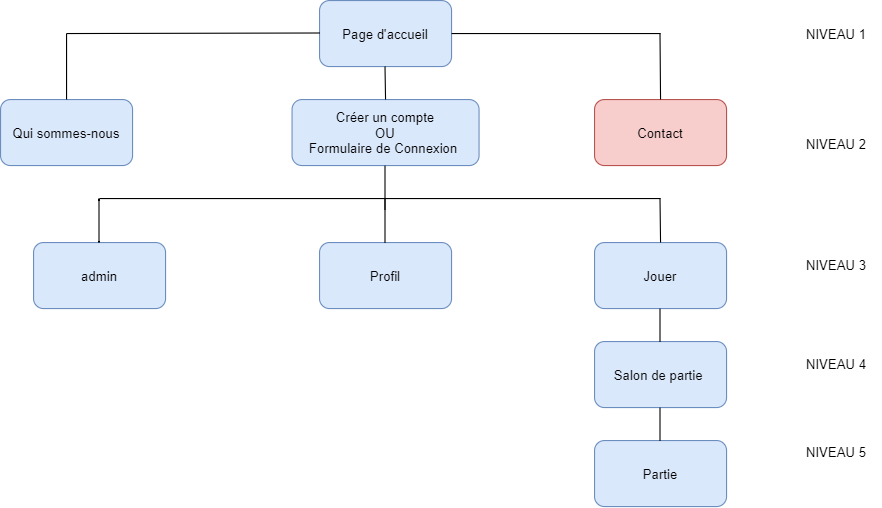
Before: Docs/CDC/arbo.png, a diagram exported from draw.io (Maykeul93/Projet-Apotheose-Size-Doesnt-Matter). Source tidied: cells renumbered, new cells last; positions are measured from the earlier drawing's top-left corner, leaving out a move shared by most shapes.
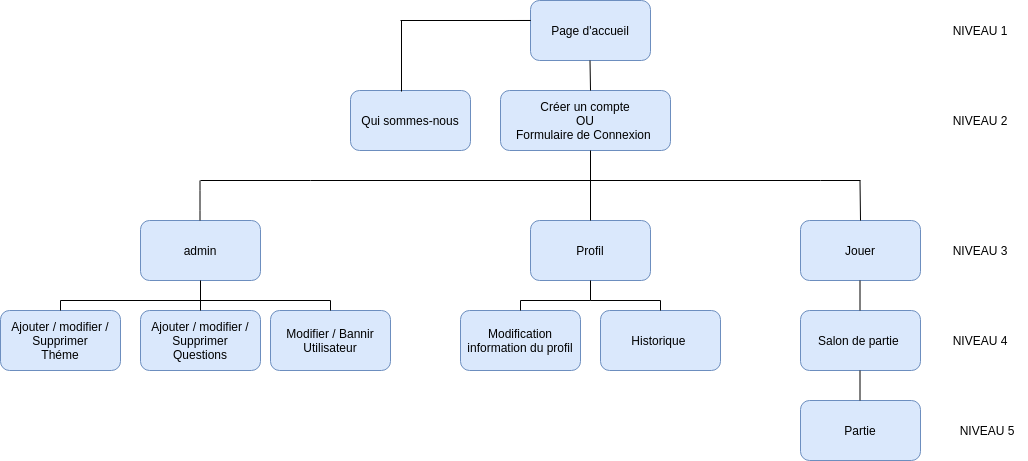
After the change.

What changed in the source:
```diff
@@ -3,82 +3,57 @@
     <mxCell id="0" />
     <mxCell id="1" parent="0" />
     <mxCell id="2" value="Page d'accueil" style="rounded=1;whiteSpace=wrap;html=1;fillColor=#dae8fc;strokeColor=#6c8ebf;" parent="1" vertex="1">
-      <mxGeometry x="290" width="120" height="60" as="geometry" />
+      <mxGeometry x="310" width="120" height="60" as="geometry" />
     </mxCell>
     <mxCell id="3" value="Qui sommes-nous" style="rounded=1;whiteSpace=wrap;html=1;fillColor=#dae8fc;strokeColor=#6c8ebf;" parent="1" vertex="1">
-      <mxGeometry y="90" width="120" height="60" as="geometry" />
+      <mxGeometry x="130" y="90" width="120" height="60" as="geometry" />
     </mxCell>
     <mxCell id="4" value="NIVEAU 1" style="text;html=1;strokeColor=none;fillColor=none;align=center;verticalAlign=middle;whiteSpace=wrap;rounded=0;" parent="1" vertex="1">
       <mxGeometry x="720" y="20" width="80" height="20" as="geometry" />
     </mxCell>
     <mxCell id="5" value="NIVEAU 2" style="text;html=1;strokeColor=none;fillColor=none;align=center;verticalAlign=middle;whiteSpace=wrap;rounded=0;" parent="1" vertex="1">
-      <mxGeometry x="720" y="120" width="80" height="20" as="geometry" />
+      <mxGeometry x="720" y="110" width="80" height="20" as="geometry" />
     </mxCell>
-    <mxCell id="6" style="endArrow=none;html=1;entryX=0.5;entryY=0;entryDx=0;entryDy=0;" parent="1" edge="1" target="3">
-      <mxGeometry relative="1" as="geometry">
-        <mxPoint x="60" y="30" as="sourcePoint" />
-      </mxGeometry>
-    </mxCell>
     <mxCell id="7" value="Créer un compte&lt;br&gt;OU&lt;br&gt;Formulaire de Connexion&amp;nbsp;" style="rounded=1;whiteSpace=wrap;html=1;fillColor=#dae8fc;strokeColor=#6c8ebf;" parent="1" vertex="1">
-      <mxGeometry x="265" y="90" width="170" height="60" as="geometry" />
+      <mxGeometry x="280" y="90" width="170" height="60" as="geometry" />
     </mxCell>
-    <mxCell id="8" style="endArrow=none;html=1;" parent="1" edge="1">
-      <mxGeometry relative="1" as="geometry">
-        <mxPoint x="290" y="29.5" as="sourcePoint" />
-        <mxPoint x="60" y="30" as="targetPoint" />
-      </mxGeometry>
-    </mxCell>
     <mxCell id="9" value="NIVEAU 3" style="text;html=1;strokeColor=none;fillColor=none;align=center;verticalAlign=middle;whiteSpace=wrap;rounded=0;" parent="1" vertex="1">
-      <mxGeometry x="720" y="230" width="80" height="20" as="geometry" />
+      <mxGeometry x="720" y="240" width="80" height="20" as="geometry" />
     </mxCell>
     <mxCell id="10" value="Jouer" style="rounded=1;whiteSpace=wrap;html=1;fillColor=#dae8fc;strokeColor=#6c8ebf;" parent="1" vertex="1">
-      <mxGeometry x="540" y="220" width="120" height="60" as="geometry" />
+      <mxGeometry x="580" y="220" width="120" height="60" as="geometry" />
     </mxCell>
     <mxCell id="11" value="Profil" style="rounded=1;whiteSpace=wrap;html=1;fillColor=#dae8fc;strokeColor=#6c8ebf;" parent="1" vertex="1">
-      <mxGeometry x="290" y="220" width="120" height="60" as="geometry" />
+      <mxGeometry x="310" y="220" width="120" height="60" as="geometry" />
     </mxCell>
     <mxCell id="12" value="Salon de partie&amp;nbsp;" style="rounded=1;whiteSpace=wrap;html=1;fillColor=#dae8fc;strokeColor=#6c8ebf;" parent="1" vertex="1">
-      <mxGeometry x="540" y="310" width="120" height="60" as="geometry" />
+      <mxGeometry x="580" y="310" width="120" height="60" as="geometry" />
     </mxCell>
     <mxCell id="13" style="endArrow=none;html=1;entryX=0.5;entryY=1;entryDx=0;entryDy=0;" parent="1" edge="1">
       <mxGeometry relative="1" as="geometry">
-        <mxPoint x="599.5" y="310" as="sourcePoint" />
-        <mxPoint x="599.5" y="280" as="targetPoint" />
+        <mxPoint x="639.5" y="310" as="sourcePoint" />
+        <mxPoint x="639.5" y="280" as="targetPoint" />
       </mxGeometry>
     </mxCell>
     <mxCell id="14" value="Partie" style="rounded=1;whiteSpace=wrap;html=1;fillColor=#dae8fc;strokeColor=#6c8ebf;" parent="1" vertex="1">
-      <mxGeometry x="540" y="400" width="120" height="60" as="geometry" />
+      <mxGeometry x="580" y="400" width="120" height="60" as="geometry" />
     </mxCell>
     <mxCell id="15" value="NIVEAU 4" style="text;html=1;strokeColor=none;fillColor=none;align=center;verticalAlign=middle;whiteSpace=wrap;rounded=0;" parent="1" vertex="1">
-      <mxGeometry x="720" y="320" width="80" height="20" as="geometry" />
+      <mxGeometry x="720" y="330" width="80" height="20" as="geometry" />
     </mxCell>
     <mxCell id="16" value="NIVEAU 5" style="text;html=1;strokeColor=none;fillColor=none;align=center;verticalAlign=middle;whiteSpace=wrap;rounded=0;" parent="1" vertex="1">
-      <mxGeometry x="720" y="400" width="80" height="20" as="geometry" />
+      <mxGeometry x="727" y="420" width="80" height="20" as="geometry" />
     </mxCell>
-    <mxCell id="17" value="Contact" style="rounded=1;whiteSpace=wrap;html=1;fillColor=#f8cecc;strokeColor=#b85450;" parent="1" vertex="1">
-      <mxGeometry x="540" y="90" width="120" height="60" as="geometry" />
-    </mxCell>
-    <mxCell id="18" style="endArrow=none;html=1;" parent="1" edge="1">
-      <mxGeometry relative="1" as="geometry">
-        <mxPoint x="600" y="30" as="sourcePoint" />
-        <mxPoint x="410" y="30" as="targetPoint" />
-      </mxGeometry>
-    </mxCell>
-    <mxCell id="19" style="endArrow=none;html=1;entryX=0.5;entryY=0;entryDx=0;entryDy=0;" parent="1" edge="1" target="17">
-      <mxGeometry relative="1" as="geometry">
-        <mxPoint x="599.5" y="30" as="sourcePoint" />
-      </mxGeometry>
-    </mxCell>
     <mxCell id="20" style="endArrow=none;html=1;" parent="1" edge="1">
       <mxGeometry relative="1" as="geometry">
-        <mxPoint x="350" y="90" as="sourcePoint" />
-        <mxPoint x="349.5" y="60" as="targetPoint" />
+        <mxPoint x="370" y="90" as="sourcePoint" />
+        <mxPoint x="369.5" y="60" as="targetPoint" />
       </mxGeometry>
     </mxCell>
     <mxCell id="21" style="endArrow=none;html=1;entryX=0.5;entryY=1;entryDx=0;entryDy=0;" parent="1" edge="1">
       <mxGeometry relative="1" as="geometry">
-        <mxPoint x="599.5" y="400" as="sourcePoint" />
-        <mxPoint x="599.5" y="370" as="targetPoint" />
+        <mxPoint x="639.5" y="400" as="sourcePoint" />
+        <mxPoint x="639.5" y="370" as="targetPoint" />
       </mxGeometry>
     </mxCell>
     <mxCell id="22" style="endArrow=none;html=1;" parent="1" edge="1">
@@ -87,35 +62,125 @@
         <mxPoint x="600" y="180" as="targetPoint" />
       </mxGeometry>
     </mxCell>
-    <mxCell id="23" style="endArrow=none;html=1;" parent="1" edge="1">
-      <mxGeometry relative="1" as="geometry">
-        <mxPoint x="349.5" y="220" as="sourcePoint" />
-        <mxPoint x="349.5" y="180" as="targetPoint" />
-      </mxGeometry>
-    </mxCell>
     <mxCell id="24" style="endArrow=none;html=1;" parent="1" edge="1">
       <mxGeometry relative="1" as="geometry">
-        <mxPoint x="600" y="220" as="sourcePoint" />
-        <mxPoint x="599.5" y="180" as="targetPoint" />
+        <mxPoint x="640" y="220" as="sourcePoint" />
+        <mxPoint x="639.5" y="180" as="targetPoint" />
       </mxGeometry>
     </mxCell>
     <mxCell id="25" value="admin" style="rounded=1;whiteSpace=wrap;html=1;fillColor=#dae8fc;strokeColor=#6c8ebf;" parent="1" vertex="1">
-      <mxGeometry x="30" y="220" width="120" height="60" as="geometry" />
+      <mxGeometry x="-80" y="220" width="120" height="60" as="geometry" />
     </mxCell>
     <mxCell id="26" style="endArrow=none;html=1;" parent="1" edge="1">
       <mxGeometry relative="1" as="geometry">
-        <mxPoint x="89.5" y="220" as="sourcePoint" />
-        <mxPoint x="89.5" y="180" as="targetPoint" />
+        <mxPoint x="-20.5" y="220" as="sourcePoint" />
+        <mxPoint x="-20.5" y="180" as="targetPoint" />
         <Array as="points">
-          <mxPoint x="89.5" y="200" />
+          <mxPoint x="-20.5" y="200" />
         </Array>
       </mxGeometry>
     </mxCell>
-    <mxCell id="27" style="endArrow=none;html=1;" parent="1" edge="1">
-      <mxGeometry relative="1" as="geometry">
-        <mxPoint x="349.5" y="190" as="sourcePoint" />
-        <mxPoint x="349.5" y="150" as="targetPoint" />
-      </mxGeometry>
-    </mxCell>
+    <mxCell id="28" style="endArrow=none;html=1;entryX=0.5;entryY=1;entryDx=0;entryDy=0;" parent="1" edge="1" target="25">
+      <mxGeometry relative="1" as="geometry">
+        <mxPoint x="-20" y="300" as="sourcePoint" />
+      </mxGeometry>
+    </mxCell>
+    <mxCell id="29" value="Ajouter / modifier / Supprimer&lt;br&gt;Questions" style="rounded=1;whiteSpace=wrap;html=1;fillColor=#dae8fc;strokeColor=#6c8ebf;" parent="1" vertex="1">
+      <mxGeometry x="-80" y="310" width="120" height="60" as="geometry" />
+    </mxCell>
+    <mxCell id="30" value="Modifier / Bannir&lt;br&gt;Utilisateur" style="rounded=1;whiteSpace=wrap;html=1;fillColor=#dae8fc;strokeColor=#6c8ebf;" parent="1" vertex="1">
+      <mxGeometry x="50" y="310" width="120" height="60" as="geometry" />
+    </mxCell>
+    <mxCell id="31" value="Ajouter / modifier / Supprimer&lt;br&gt;Théme" style="rounded=1;whiteSpace=wrap;html=1;fillColor=#dae8fc;strokeColor=#6c8ebf;" parent="1" vertex="1">
+      <mxGeometry x="-220" y="310" width="120" height="60" as="geometry" />
+    </mxCell>
+    <mxCell id="32" value="Modification information du profil" style="rounded=1;whiteSpace=wrap;html=1;fillColor=#dae8fc;strokeColor=#6c8ebf;" parent="1" vertex="1">
+      <mxGeometry x="240" y="310" width="120" height="60" as="geometry" />
+    </mxCell>
+    <mxCell id="33" value="Historique&amp;nbsp;" style="rounded=1;whiteSpace=wrap;html=1;fillColor=#dae8fc;strokeColor=#6c8ebf;" parent="1" vertex="1">
+      <mxGeometry x="380" y="310" width="120" height="60" as="geometry" />
+    </mxCell>
+    <mxCell id="34" style="endArrow=none;html=1;" parent="1" edge="1">
+      <mxGeometry relative="1" as="geometry">
+        <mxPoint x="180" y="20" as="sourcePoint" />
+        <mxPoint x="310" y="20" as="targetPoint" />
+      </mxGeometry>
+    </mxCell>
+    <mxCell id="35" style="endArrow=none;html=1;exitX=0.425;exitY=0.017;exitDx=0;exitDy=0;exitPerimeter=0;" parent="1" edge="1" source="3">
+      <mxGeometry relative="1" as="geometry">
+        <mxPoint x="181" y="20" as="targetPoint" />
+      </mxGeometry>
+    </mxCell>
+    <mxCell id="36" style="endArrow=none;html=1;entryX=0.5;entryY=1;entryDx=0;entryDy=0;exitX=0.5;exitY=0;exitDx=0;exitDy=0;" parent="1" edge="1" source="11">
+      <mxGeometry relative="1" as="geometry">
+        <mxPoint x="370" y="150" as="targetPoint" />
+      </mxGeometry>
+    </mxCell>
+    <mxCell id="37" style="endArrow=none;html=1;entryX=0.5;entryY=1;entryDx=0;entryDy=0;" parent="1" edge="1" target="11">
+      <mxGeometry relative="1" as="geometry">
+        <mxPoint x="370" y="300" as="sourcePoint" />
+      </mxGeometry>
+    </mxCell>
+    <mxCell id="38" style="endArrow=none;html=1;" parent="1" edge="1">
+      <mxGeometry relative="1" as="geometry">
+        <mxPoint x="640" y="180" as="sourcePoint" />
+        <mxPoint x="600" y="180" as="targetPoint" />
+      </mxGeometry>
+    </mxCell>
+    <mxCell id="39" style="endArrow=none;html=1;entryX=0;entryY=0.333;entryDx=0;entryDy=0;entryPerimeter=0;" parent="1" edge="1" target="2">
+      <mxGeometry relative="1" as="geometry">
+        <mxPoint x="280" y="20" as="sourcePoint" />
+      </mxGeometry>
+    </mxCell>
+    <mxCell id="40" style="endArrow=none;html=1;" parent="1" edge="1">
+      <mxGeometry relative="1" as="geometry">
+        <mxPoint x="-20" y="180" as="sourcePoint" />
+        <mxPoint x="90" y="180" as="targetPoint" />
+      </mxGeometry>
+    </mxCell>
+    <mxCell id="41" style="endArrow=none;html=1;" parent="1" edge="1">
+      <mxGeometry relative="1" as="geometry">
+        <mxPoint x="300" y="300" as="sourcePoint" />
+        <mxPoint x="370" y="300" as="targetPoint" />
+      </mxGeometry>
+    </mxCell>
+    <mxCell id="42" style="endArrow=none;html=1;exitX=0.5;exitY=0;exitDx=0;exitDy=0;" parent="1" edge="1" source="32">
+      <mxGeometry relative="1" as="geometry">
+        <mxPoint x="300" y="300" as="targetPoint" />
+      </mxGeometry>
+    </mxCell>
+    <mxCell id="43" style="endArrow=none;html=1;" parent="1" edge="1">
+      <mxGeometry relative="1" as="geometry">
+        <mxPoint x="440" y="300" as="sourcePoint" />
+        <mxPoint x="370" y="300" as="targetPoint" />
+      </mxGeometry>
+    </mxCell>
+    <mxCell id="44" style="endArrow=none;html=1;exitX=0.5;exitY=0;exitDx=0;exitDy=0;" parent="1" edge="1" source="33">
+      <mxGeometry relative="1" as="geometry">
+        <mxPoint x="440" y="300" as="targetPoint" />
+      </mxGeometry>
+    </mxCell>
+    <mxCell id="45" style="endArrow=none;html=1;" parent="1" edge="1">
+      <mxGeometry relative="1" as="geometry">
+        <mxPoint x="-160" y="300" as="sourcePoint" />
+        <mxPoint x="110" y="300" as="targetPoint" />
+      </mxGeometry>
+    </mxCell>
+    <mxCell id="46" style="endArrow=none;html=1;" parent="1" edge="1">
+      <mxGeometry relative="1" as="geometry">
+        <mxPoint x="110" y="300" as="sourcePoint" />
+        <mxPoint x="110" y="310" as="targetPoint" />
+      </mxGeometry>
+    </mxCell>
+    <mxCell id="47" style="endArrow=none;html=1;exitX=0.5;exitY=0;exitDx=0;exitDy=0;" parent="1" edge="1" source="29">
+      <mxGeometry relative="1" as="geometry">
+        <mxPoint x="-20" y="300" as="targetPoint" />
+      </mxGeometry>
+    </mxCell>
+    <mxCell id="48" style="endArrow=none;html=1;exitX=0.5;exitY=0;exitDx=0;exitDy=0;" parent="1" edge="1" source="31">
+      <mxGeometry relative="1" as="geometry">
+        <mxPoint x="-160" y="300" as="targetPoint" />
+      </mxGeometry>
+    </mxCell>
   </root>
 </mxGraphModel>
```
